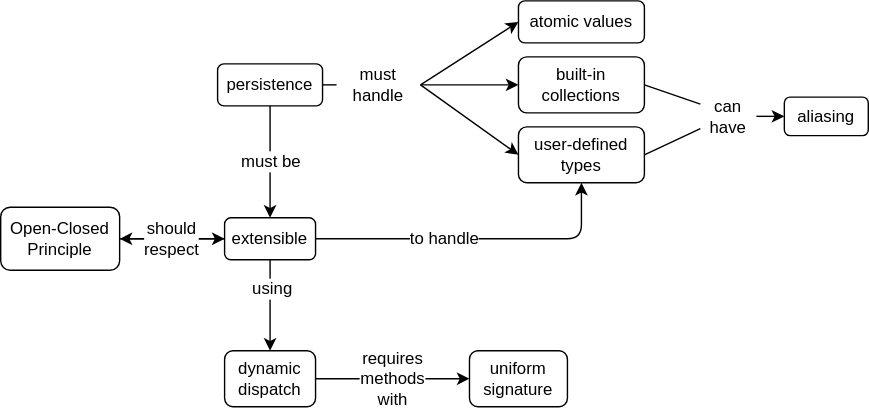
The draw.io diagram src/persist/concept_map.svg in gvwilson/sdxpy, before a commit. Source tidied: cells renumbered, new cells last; positions are measured from the earlier drawing's top-left corner, leaving out a move shared by most shapes.
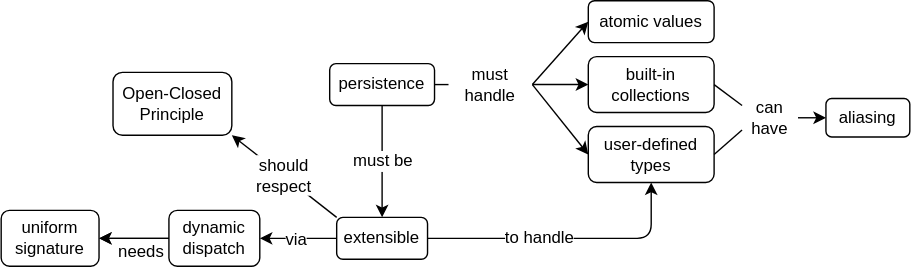
The same diagram one commit later.

What changed in the source:
```diff
@@ -3,34 +3,34 @@
     <mxCell id="0" />
     <mxCell id="1" parent="0" />
     <mxCell id="2" value="persistence" style="rounded=1;whiteSpace=wrap;html=1;hachureGap=4;fontFamily=Helvetica;fontSize=12;fillColor=none;" parent="1" vertex="1">
-      <mxGeometry x="155" y="45" width="75" height="30" as="geometry" />
+      <mxGeometry x="215" y="45" width="75" height="30" as="geometry" />
     </mxCell>
     <mxCell id="3" value="atomic values" style="rounded=1;whiteSpace=wrap;html=1;hachureGap=4;fontFamily=Helvetica;fontSize=12;fillColor=none;" parent="1" vertex="1">
-      <mxGeometry x="370" width="90" height="30" as="geometry" />
+      <mxGeometry x="400" width="90" height="30" as="geometry" />
     </mxCell>
     <mxCell id="4" value="built-in&lt;br style=&quot;font-size: 12px;&quot;&gt;collections" style="rounded=1;whiteSpace=wrap;html=1;hachureGap=4;fontFamily=Helvetica;fontSize=12;fillColor=none;" parent="1" vertex="1">
-      <mxGeometry x="370" y="40" width="90" height="40" as="geometry" />
+      <mxGeometry x="400" y="40" width="90" height="40" as="geometry" />
     </mxCell>
     <mxCell id="5" value="user-defined&lt;br style=&quot;font-size: 12px;&quot;&gt;types" style="rounded=1;whiteSpace=wrap;html=1;hachureGap=4;fontFamily=Helvetica;fontSize=12;fillColor=none;" parent="1" vertex="1">
-      <mxGeometry x="370" y="90" width="90" height="40" as="geometry" />
+      <mxGeometry x="400" y="90" width="90" height="40" as="geometry" />
     </mxCell>
     <mxCell id="6" value="aliasing" style="rounded=1;whiteSpace=wrap;html=1;hachureGap=4;fontFamily=Helvetica;fontSize=12;fillColor=none;" parent="1" vertex="1">
-      <mxGeometry x="560" y="68.8" width="60" height="27.5" as="geometry" />
+      <mxGeometry x="570" y="70" width="60" height="27.5" as="geometry" />
     </mxCell>
     <mxCell id="7" value="extensible" style="rounded=1;whiteSpace=wrap;html=1;hachureGap=4;fontFamily=Helvetica;fontSize=12;fillColor=none;" parent="1" vertex="1">
-      <mxGeometry x="160" y="155" width="65" height="30" as="geometry" />
+      <mxGeometry x="220" y="155" width="65" height="30" as="geometry" />
     </mxCell>
-    <mxCell id="8" style="edgeStyle=orthogonalEdgeStyle;rounded=0;sketch=0;jettySize=auto;html=1;fontFamily=Helvetica;fontSize=12;" parent="1" edge="1" source="9" target="7">
-      <mxGeometry relative="1" as="geometry" />
-    </mxCell>
     <mxCell id="9" value="Open-Closed Principle" style="rounded=1;whiteSpace=wrap;html=1;hachureGap=4;fontFamily=Helvetica;fontSize=12;fillColor=none;" parent="1" vertex="1">
-      <mxGeometry y="147.5" width="85" height="45" as="geometry" />
+      <mxGeometry x="60" y="51.2" width="85" height="45" as="geometry" />
     </mxCell>
+    <mxCell id="27" style="edgeStyle=orthogonalEdgeStyle;rounded=0;jettySize=auto;html=1;" parent="1" edge="1" source="10" target="11">
+      <mxGeometry relative="1" as="geometry" />
+    </mxCell>
     <mxCell id="10" value="dynamic dispatch" style="rounded=1;whiteSpace=wrap;html=1;hachureGap=4;fontFamily=Helvetica;fontSize=12;fillColor=none;" parent="1" vertex="1">
-      <mxGeometry x="160" y="250" width="65" height="40" as="geometry" />
+      <mxGeometry x="100" y="150" width="65" height="40" as="geometry" />
     </mxCell>
     <mxCell id="11" value="uniform signature" style="rounded=1;whiteSpace=wrap;html=1;hachureGap=4;fontFamily=Helvetica;fontSize=12;fillColor=none;" parent="1" vertex="1">
-      <mxGeometry x="335" y="250" width="70" height="40" as="geometry" />
+      <mxGeometry x="-20" y="150" width="70" height="40" as="geometry" />
     </mxCell>
     <mxCell id="12" value="must be" style="endArrow=classic;html=1;rounded=1;hachureGap=4;fontFamily=Helvetica;fontSize=12;startSize=6;endSize=6;sourcePerimeterSpacing=0;targetPerimeterSpacing=0;exitX=0.5;exitY=1;exitDx=0;exitDy=0;entryX=0.5;entryY=0;entryDx=0;entryDy=0;" parent="1" edge="1" source="2" target="7">
       <mxGeometry relative="1" as="geometry" />
@@ -38,12 +38,12 @@
     <mxCell id="13" value="to handle" style="endArrow=classic;html=1;rounded=1;hachureGap=4;fontFamily=Helvetica;fontSize=12;startSize=6;endSize=6;sourcePerimeterSpacing=0;targetPerimeterSpacing=0;exitX=1;exitY=0.5;exitDx=0;exitDy=0;entryX=0.5;entryY=1;entryDx=0;entryDy=0;" parent="1" edge="1" source="7" target="5">
       <mxGeometry x="-0.2" relative="1" as="geometry">
         <Array as="points">
-          <mxPoint x="415" y="170" />
+          <mxPoint x="445" y="170" />
         </Array>
       </mxGeometry>
     </mxCell>
     <mxCell id="14" value="must handle" style="text;html=1;strokeColor=none;fillColor=none;align=center;verticalAlign=middle;whiteSpace=wrap;rounded=0;sketch=1;hachureGap=4;fontFamily=Helvetica;fontSize=12;" parent="1" vertex="1">
-      <mxGeometry x="240" y="40" width="60" height="40" as="geometry" />
+      <mxGeometry x="300" y="40" width="60" height="40" as="geometry" />
     </mxCell>
     <mxCell id="15" style="endArrow=none;html=1;rounded=1;hachureGap=4;fontFamily=Helvetica;fontSize=12;startSize=14;endSize=14;sourcePerimeterSpacing=8;targetPerimeterSpacing=8;entryX=0;entryY=0.5;entryDx=0;entryDy=0;exitX=1;exitY=0.5;exitDx=0;exitDy=0;" parent="1" edge="1" source="2" target="14">
       <mxGeometry relative="1" as="geometry" />
@@ -58,7 +58,7 @@
       <mxGeometry relative="1" as="geometry" />
     </mxCell>
     <mxCell id="19" value="can&lt;br&gt;have" style="text;html=1;strokeColor=none;fillColor=none;align=center;verticalAlign=middle;whiteSpace=wrap;rounded=0;sketch=1;hachureGap=4;fontFamily=Helvetica;fontSize=12;" parent="1" vertex="1">
-      <mxGeometry x="500" y="65" width="40" height="35" as="geometry" />
+      <mxGeometry x="510" y="66.2" width="40" height="35" as="geometry" />
     </mxCell>
     <mxCell id="20" style="endArrow=classic;html=1;rounded=1;hachureGap=4;fontFamily=Helvetica;fontSize=12;startSize=6;endSize=6;sourcePerimeterSpacing=0;targetPerimeterSpacing=0;entryX=0;entryY=0.5;entryDx=0;entryDy=0;exitX=1;exitY=0.5;exitDx=0;exitDy=0;endFill=1;" parent="1" edge="1" source="19" target="6">
       <mxGeometry relative="1" as="geometry" />
@@ -69,17 +69,19 @@
     <mxCell id="22" style="endArrow=none;html=1;rounded=1;hachureGap=4;fontFamily=Helvetica;fontSize=12;startSize=14;endSize=14;sourcePerimeterSpacing=8;targetPerimeterSpacing=8;exitX=1;exitY=0.5;exitDx=0;exitDy=0;entryX=0;entryY=0.75;entryDx=0;entryDy=0;" parent="1" edge="1" source="5" target="19">
       <mxGeometry relative="1" as="geometry" />
     </mxCell>
-    <mxCell id="23" value="should&lt;br style=&quot;font-size: 12px;&quot;&gt;respect" style="endArrow=classic;html=1;rounded=1;hachureGap=4;fontFamily=Helvetica;fontSize=12;startSize=6;endSize=6;sourcePerimeterSpacing=0;targetPerimeterSpacing=0;entryX=1;entryY=0.5;entryDx=0;entryDy=0;exitX=0;exitY=0.5;exitDx=0;exitDy=0;" parent="1" edge="1" source="7" target="9">
+    <mxCell id="23" value="should&lt;br style=&quot;font-size: 12px;&quot;&gt;respect" style="endArrow=classic;html=1;rounded=1;hachureGap=4;fontFamily=Helvetica;fontSize=12;startSize=6;endSize=6;sourcePerimeterSpacing=0;targetPerimeterSpacing=0;entryX=1;entryY=1;entryDx=0;entryDy=0;exitX=0;exitY=0;exitDx=0;exitDy=0;" parent="1" edge="1" source="7" target="9">
       <mxGeometry relative="1" as="geometry" />
     </mxCell>
-    <mxCell id="24" style="endArrow=classic;html=1;rounded=1;hachureGap=4;fontFamily=Helvetica;fontSize=12;startSize=6;endSize=6;sourcePerimeterSpacing=0;targetPerimeterSpacing=0;entryX=0.5;entryY=0;entryDx=0;entryDy=0;exitX=0.5;exitY=1;exitDx=0;exitDy=0;" parent="1" edge="1" source="7" target="10">
+    <mxCell id="24" style="endArrow=classic;html=1;rounded=1;hachureGap=4;fontFamily=Helvetica;fontSize=12;startSize=6;endSize=6;sourcePerimeterSpacing=0;targetPerimeterSpacing=0;entryX=1;entryY=0.5;entryDx=0;entryDy=0;exitX=0;exitY=0.5;exitDx=0;exitDy=0;" parent="1" edge="1" source="7" target="10">
       <mxGeometry relative="1" as="geometry" />
     </mxCell>
-    <mxCell id="25" value="using" style="edgeLabel;html=1;align=center;verticalAlign=middle;fontSize=12;fontFamily=Helvetica;" parent="24" vertex="1">
-      <mxGeometry x="-0.4" y="1" relative="1" as="geometry" />
+    <mxCell id="25" value="via" style="edgeLabel;html=1;align=center;verticalAlign=middle;fontSize=12;fontFamily=Helvetica;" parent="24" vertex="1">
+      <mxGeometry x="-0.4" y="1" relative="1" as="geometry">
+        <mxPoint x="-13" y="-1" as="offset" />
+      </mxGeometry>
     </mxCell>
-    <mxCell id="26" value="requires&lt;br style=&quot;font-size: 12px;&quot;&gt;methods&lt;br style=&quot;font-size: 12px;&quot;&gt;with" style="endArrow=classic;html=1;rounded=1;hachureGap=4;fontFamily=Helvetica;fontSize=12;startSize=6;endSize=6;sourcePerimeterSpacing=0;targetPerimeterSpacing=0;entryX=0;entryY=0.5;entryDx=0;entryDy=0;exitX=1;exitY=0.5;exitDx=0;exitDy=0;" parent="1" edge="1" source="10" target="11">
-      <mxGeometry x="0.01" relative="1" as="geometry" />
+    <mxCell id="26" value="needs" style="endArrow=classic;html=1;rounded=1;hachureGap=4;fontFamily=Helvetica;fontSize=12;startSize=6;endSize=6;sourcePerimeterSpacing=0;targetPerimeterSpacing=0;exitX=0;exitY=0.5;exitDx=0;exitDy=0;entryX=1;entryY=0.5;entryDx=0;entryDy=0;" parent="1" edge="1" source="10" target="11">
+      <mxGeometry x="-0.2" y="10" relative="1" as="geometry" />
     </mxCell>
   </root>
 </mxGraphModel>
```
